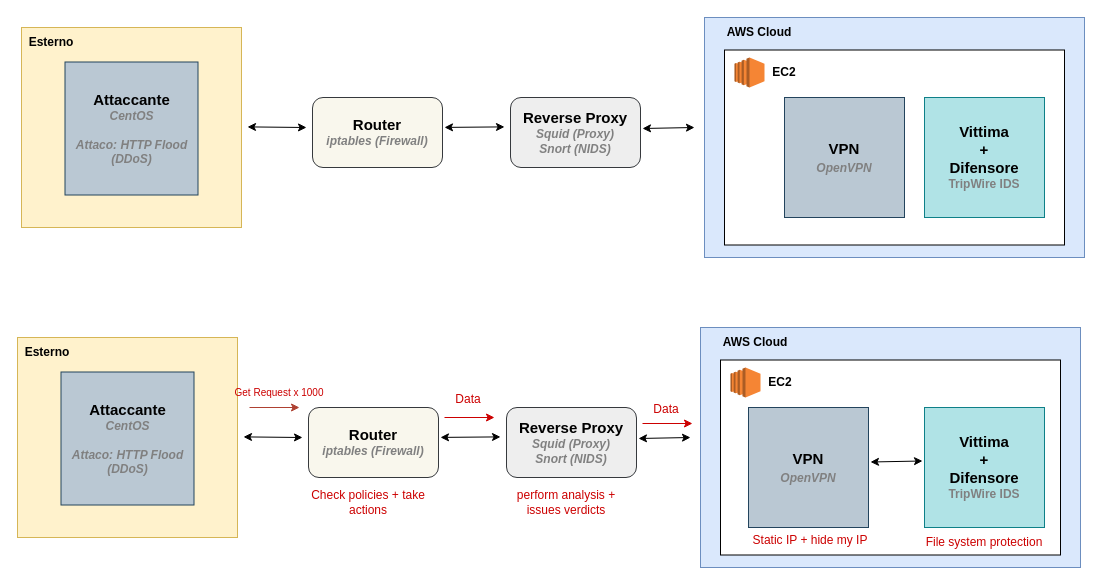
Above: schema-adv-cybersec-aggiornato[4_10_23].drawio in alexxdediu/Advanced-Cybersec (draw.io), before the change. Source tidied: cells renumbered, new cells numbered last; positions are measured from the earlier drawing's top-left corner, leaving out a move shared by most shapes. Both pictures are drawn from the tidied source at 100%, with x=0, y=0 at pixel (17, 17).
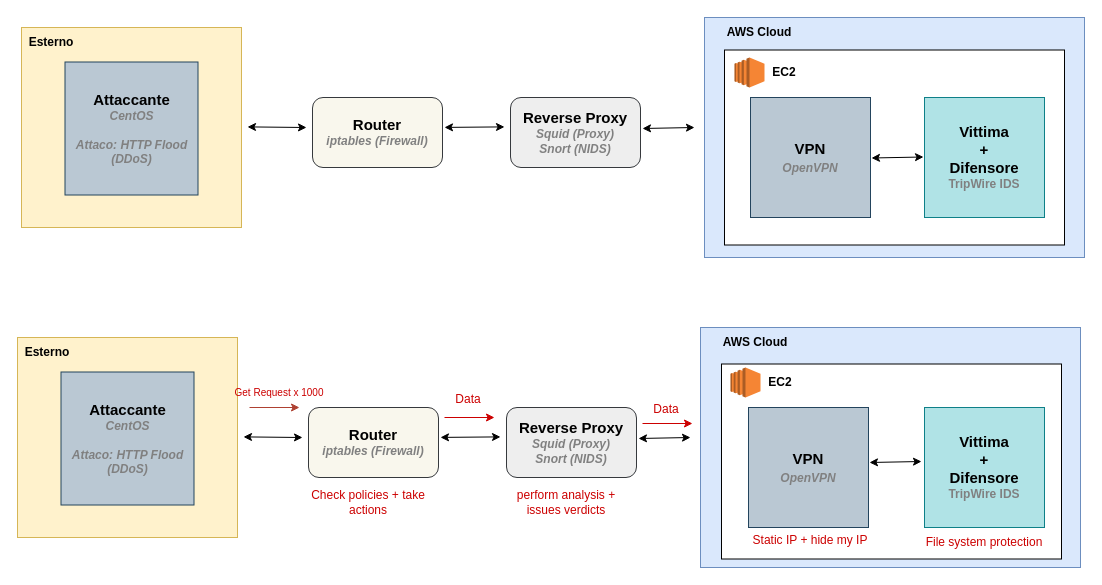
Above is the later version.

Change to the diagram source:
```diff
@@
     <mxCell id="14" value="&lt;div&gt;&lt;font style=&quot;font-size: 15px;&quot;&gt;&lt;b&gt;VPN&lt;/b&gt;&lt;/font&gt;&lt;/div&gt;&lt;div&gt;&lt;font color=&quot;#808080&quot; style=&quot;font-size: 15px;&quot;&gt;&lt;b style=&quot;font-size: 12px;&quot;&gt;&lt;i&gt;OpenVPN&lt;br&gt;&lt;/i&gt;&lt;/b&gt;&lt;/font&gt;&lt;/div&gt;" style="whiteSpace=wrap;html=1;fillColor=#bac8d3;strokeColor=#23445d;" parent="1" vertex="1">
-      <mxGeometry x="767" y="80" width="120" height="120" as="geometry" />
+      <mxGeometry x="733" y="80" width="120" height="120" as="geometry" />
     </mxCell>
@@
     <mxCell id="27" style="rounded=0;whiteSpace=wrap;html=1;" parent="1" vertex="1">
-      <mxGeometry x="703" y="342.5" width="340" height="195" as="geometry" />
+      <mxGeometry x="704" y="346.5" width="340" height="195" as="geometry" />
     </mxCell>
@@
     <mxCell id="41" style="endArrow=classic;startArrow=classic;html=1;rounded=0;" parent="1" edge="1">
       <mxGeometry relative="1" as="geometry">
-        <mxPoint x="853" y="444.5" as="sourcePoint" />
-        <mxPoint x="905" y="443.5" as="targetPoint" />
+        <mxPoint x="852" y="445" as="sourcePoint" />
+        <mxPoint x="904" y="444" as="targetPoint" />
       </mxGeometry>
     </mxCell>
@@
+    <mxCell id="43" style="endArrow=classic;startArrow=classic;html=1;rounded=0;" parent="1" edge="1">
+      <mxGeometry relative="1" as="geometry">
+        <mxPoint x="854" y="140.5" as="sourcePoint" />
+        <mxPoint x="906" y="139.5" as="targetPoint" />
+      </mxGeometry>
+    </mxCell>
```
